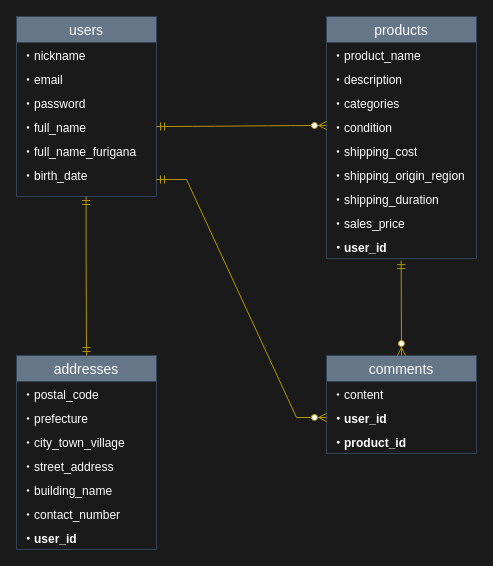
Before: FURIMA-17217.dio in YuyaTokutake1223/furima-17217, a draw.io diagram. Source tidied: cells renumbered, new cells numbered last; positions are measured from the earlier drawing's top-left corner, leaving out a move shared by most shapes. Both pictures are drawn from the tidied source at 100%, with x=0, y=0 at pixel (16, 16).
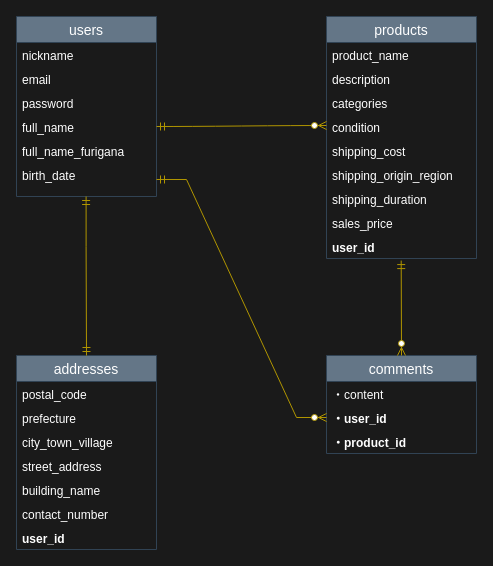
The same page after the edit.

Commit message:
ER図の記述修正

各カラムの先頭につけていた「・」を削除

The change refers to these unchanged cells:
```xml
<mxCell id="2" value="users" style="swimlane;fontStyle=0;horizontal=1;startSize=26;align=center;fontSize=14;labelBackgroundColor=none;fillColor=#647687;strokeColor=#314354;fontColor=#ffffff;" parent="1" vertex="1">
  <mxGeometry width="140" height="180" as="geometry" />
</mxCell>
<mxCell id="9" value="products" style="swimlane;fontStyle=0;horizontal=1;startSize=26;align=center;fontSize=14;labelBackgroundColor=none;fontColor=#ffffff;fillColor=#647687;strokeColor=#314354;" parent="1" vertex="1">
  <mxGeometry x="310" width="150" height="242" as="geometry" />
</mxCell>
<mxCell id="19" value="addresses" style="swimlane;fontStyle=0;horizontal=1;startSize=26;align=center;fontSize=14;fontColor=#ffffff;labelBackgroundColor=none;fillColor=#647687;strokeColor=#314354;" parent="1" vertex="1">
  <mxGeometry y="339" width="140" height="194" as="geometry" />
</mxCell>
```

What changed in the source:
```diff
@@
-    <mxCell id="3" value="・nickname" style="text;strokeColor=none;fillColor=none;spacingLeft=4;spacingRight=4;overflow=hidden;fontSize=12;fontColor=#FFFFFF;" parent="2" vertex="1">
+    <mxCell id="3" value="nickname" style="text;strokeColor=none;fillColor=none;spacingLeft=4;spacingRight=4;overflow=hidden;fontSize=12;fontColor=#FFFFFF;" parent="2" vertex="1">
       <mxGeometry y="26" width="140" height="24" as="geometry" />
     </mxCell>
-    <mxCell id="4" value="・email" style="text;strokeColor=none;fillColor=none;spacingLeft=4;spacingRight=4;overflow=hidden;fontSize=12;fontColor=#FFFFFF;" parent="2" vertex="1">
+    <mxCell id="4" value="email" style="text;strokeColor=none;fillColor=none;spacingLeft=4;spacingRight=4;overflow=hidden;fontSize=12;fontColor=#FFFFFF;" parent="2" vertex="1">
       <mxGeometry y="50" width="140" height="24" as="geometry" />
     </mxCell>
-    <mxCell id="5" value="・password" style="text;strokeColor=none;fillColor=none;spacingLeft=4;spacingRight=4;overflow=hidden;fontSize=12;fontColor=#FFFFFF;" parent="2" vertex="1">
+    <mxCell id="5" value="password" style="text;strokeColor=none;fillColor=none;spacingLeft=4;spacingRight=4;overflow=hidden;fontSize=12;fontColor=#FFFFFF;" parent="2" vertex="1">
       <mxGeometry y="74" width="140" height="24" as="geometry" />
     </mxCell>
-    <mxCell id="6" value="・full_name" style="text;strokeColor=none;fillColor=none;spacingLeft=4;spacingRight=4;overflow=hidden;points=[[0,0.5],[1,0.5]];portConstraint=eastwest;fontSize=12;fontColor=#FFFFFF;" parent="2" vertex="1">
+    <mxCell id="6" value="full_name" style="text;strokeColor=none;fillColor=none;spacingLeft=4;spacingRight=4;overflow=hidden;points=[[0,0.5],[1,0.5]];portConstraint=eastwest;fontSize=12;fontColor=#FFFFFF;" parent="2" vertex="1">
       <mxGeometry y="98" width="140" height="24" as="geometry" />
     </mxCell>
-    <mxCell id="7" value="・full_name_furigana" style="text;strokeColor=none;fillColor=none;spacingLeft=4;spacingRight=4;overflow=hidden;fontSize=12;fontColor=#FFFFFF;" parent="2" vertex="1">
+    <mxCell id="7" value="full_name_furigana" style="text;strokeColor=none;fillColor=none;spacingLeft=4;spacingRight=4;overflow=hidden;fontSize=12;fontColor=#FFFFFF;" parent="2" vertex="1">
       <mxGeometry y="122" width="140" height="24" as="geometry" />
     </mxCell>
-    <mxCell id="8" value="・birth_date" style="text;strokeColor=none;fillColor=none;spacingLeft=4;spacingRight=4;overflow=hidden;points=[[0,0.5],[1,0.5]];portConstraint=eastwest;fontSize=12;fontColor=#FFFFFF;" parent="2" vertex="1">
+    <mxCell id="8" value="birth_date" style="text;strokeColor=none;fillColor=none;spacingLeft=4;spacingRight=4;overflow=hidden;points=[[0,0.5],[1,0.5]];portConstraint=eastwest;fontSize=12;fontColor=#FFFFFF;" parent="2" vertex="1">
       <mxGeometry y="146" width="140" height="34" as="geometry" />
     </mxCell>
@@
-    <mxCell id="10" value="・product_name" style="text;strokeColor=none;fillColor=none;spacingLeft=4;spacingRight=4;overflow=hidden;fontSize=12;fontColor=#FFFFFF;" parent="9" vertex="1">
+    <mxCell id="10" value="product_name" style="text;strokeColor=none;fillColor=none;spacingLeft=4;spacingRight=4;overflow=hidden;fontSize=12;fontColor=#FFFFFF;" parent="9" vertex="1">
       <mxGeometry y="26" width="150" height="24" as="geometry" />
     </mxCell>
-    <mxCell id="11" value="・description" style="text;strokeColor=none;fillColor=none;spacingLeft=4;spacingRight=4;overflow=hidden;fontSize=12;fontColor=#FFFFFF;" parent="9" vertex="1">
+    <mxCell id="11" value="description" style="text;strokeColor=none;fillColor=none;spacingLeft=4;spacingRight=4;overflow=hidden;fontSize=12;fontColor=#FFFFFF;" parent="9" vertex="1">
       <mxGeometry y="50" width="150" height="24" as="geometry" />
     </mxCell>
-    <mxCell id="12" value="・categories" style="text;strokeColor=none;fillColor=none;spacingLeft=4;spacingRight=4;overflow=hidden;fontSize=12;fontColor=#FFFFFF;" parent="9" vertex="1">
+    <mxCell id="12" value="categories" style="text;strokeColor=none;fillColor=none;spacingLeft=4;spacingRight=4;overflow=hidden;fontSize=12;fontColor=#FFFFFF;" parent="9" vertex="1">
       <mxGeometry y="74" width="150" height="24" as="geometry" />
     </mxCell>
-    <mxCell id="13" value="・condition" style="text;strokeColor=none;fillColor=none;spacingLeft=4;spacingRight=4;overflow=hidden;fontSize=12;fontColor=#FFFFFF;" parent="9" vertex="1">
+    <mxCell id="13" value="condition" style="text;strokeColor=none;fillColor=none;spacingLeft=4;spacingRight=4;overflow=hidden;fontSize=12;fontColor=#FFFFFF;" parent="9" vertex="1">
       <mxGeometry y="98" width="150" height="24" as="geometry" />
     </mxCell>
-    <mxCell id="14" value="・shipping_cost" style="text;strokeColor=none;fillColor=none;spacingLeft=4;spacingRight=4;overflow=hidden;fontSize=12;fontColor=#FFFFFF;" parent="9" vertex="1">
+    <mxCell id="14" value="shipping_cost" style="text;strokeColor=none;fillColor=none;spacingLeft=4;spacingRight=4;overflow=hidden;fontSize=12;fontColor=#FFFFFF;" parent="9" vertex="1">
       <mxGeometry y="122" width="150" height="24" as="geometry" />
     </mxCell>
-    <mxCell id="15" value="・shipping_origin_region" style="text;strokeColor=none;fillColor=none;spacingLeft=4;spacingRight=4;overflow=hidden;fontSize=12;fontColor=#FFFFFF;" parent="9" vertex="1">
+    <mxCell id="15" value="shipping_origin_region" style="text;strokeColor=none;fillColor=none;spacingLeft=4;spacingRight=4;overflow=hidden;fontSize=12;fontColor=#FFFFFF;" parent="9" vertex="1">
       <mxGeometry y="146" width="150" height="24" as="geometry" />
     </mxCell>
-    <mxCell id="16" value="・shipping_duration" style="text;strokeColor=none;fillColor=none;spacingLeft=4;spacingRight=4;overflow=hidden;fontSize=12;fontStyle=0;fontColor=#FFFFFF;" parent="9" vertex="1">
+    <mxCell id="16" value="shipping_duration" style="text;strokeColor=none;fillColor=none;spacingLeft=4;spacingRight=4;overflow=hidden;fontSize=12;fontStyle=0;fontColor=#FFFFFF;" parent="9" vertex="1">
       <mxGeometry y="170" width="150" height="24" as="geometry" />
     </mxCell>
-    <mxCell id="17" value="・sales_price" style="text;strokeColor=none;fillColor=none;spacingLeft=4;spacingRight=4;overflow=hidden;fontSize=12;fontStyle=0;fontColor=#FFFFFF;" parent="9" vertex="1">
+    <mxCell id="17" value="sales_price" style="text;strokeColor=none;fillColor=none;spacingLeft=4;spacingRight=4;overflow=hidden;fontSize=12;fontStyle=0;fontColor=#FFFFFF;" parent="9" vertex="1">
       <mxGeometry y="194" width="150" height="24" as="geometry" />
     </mxCell>
-    <mxCell id="18" value="・user_id" style="text;strokeColor=none;fillColor=none;spacingLeft=4;spacingRight=4;overflow=hidden;points=[[0,0.5],[1,0.5]];portConstraint=eastwest;fontSize=12;fontStyle=1;fontColor=#FFFFFF;" parent="9" vertex="1">
+    <mxCell id="18" value="user_id" style="text;strokeColor=none;fillColor=none;spacingLeft=4;spacingRight=4;overflow=hidden;points=[[0,0.5],[1,0.5]];portConstraint=eastwest;fontSize=12;fontStyle=1;fontColor=#FFFFFF;" parent="9" vertex="1">
       <mxGeometry y="218" width="150" height="24" as="geometry" />
     </mxCell>
@@
-    <mxCell id="20" value="・postal_code" style="text;strokeColor=none;fillColor=none;spacingLeft=4;spacingRight=4;overflow=hidden;fontSize=12;fontColor=#FFFFFF;" parent="19" vertex="1">
+    <mxCell id="20" value="postal_code" style="text;strokeColor=none;fillColor=none;spacingLeft=4;spacingRight=4;overflow=hidden;fontSize=12;fontColor=#FFFFFF;" parent="19" vertex="1">
       <mxGeometry y="26" width="140" height="24" as="geometry" />
     </mxCell>
-    <mxCell id="21" value="・prefecture" style="text;strokeColor=none;fillColor=none;spacingLeft=4;spacingRight=4;overflow=hidden;fontSize=12;fontColor=#FFFFFF;" parent="19" vertex="1">
+    <mxCell id="21" value="prefecture" style="text;strokeColor=none;fillColor=none;spacingLeft=4;spacingRight=4;overflow=hidden;fontSize=12;fontColor=#FFFFFF;" parent="19" vertex="1">
       <mxGeometry y="50" width="140" height="24" as="geometry" />
     </mxCell>
-    <mxCell id="22" value="・city_town_village" style="text;strokeColor=none;fillColor=none;spacingLeft=4;spacingRight=4;overflow=hidden;fontSize=12;fontColor=#FFFFFF;" parent="19" vertex="1">
+    <mxCell id="22" value="city_town_village" style="text;strokeColor=none;fillColor=none;spacingLeft=4;spacingRight=4;overflow=hidden;fontSize=12;fontColor=#FFFFFF;" parent="19" vertex="1">
       <mxGeometry y="74" width="140" height="24" as="geometry" />
     </mxCell>
-    <mxCell id="23" value="・street_address" style="text;strokeColor=none;fillColor=none;spacingLeft=4;spacingRight=4;overflow=hidden;fontSize=12;fontColor=#FFFFFF;" parent="19" vertex="1">
+    <mxCell id="23" value="street_address" style="text;strokeColor=none;fillColor=none;spacingLeft=4;spacingRight=4;overflow=hidden;fontSize=12;fontColor=#FFFFFF;" parent="19" vertex="1">
       <mxGeometry y="98" width="140" height="24" as="geometry" />
     </mxCell>
-    <mxCell id="24" value="・building_name" style="text;strokeColor=none;fillColor=none;spacingLeft=4;spacingRight=4;overflow=hidden;fontSize=12;fontColor=#FFFFFF;" parent="19" vertex="1">
+    <mxCell id="24" value="building_name" style="text;strokeColor=none;fillColor=none;spacingLeft=4;spacingRight=4;overflow=hidden;fontSize=12;fontColor=#FFFFFF;" parent="19" vertex="1">
       <mxGeometry y="122" width="140" height="24" as="geometry" />
     </mxCell>
-    <mxCell id="25" value="・contact_number" style="text;strokeColor=none;fillColor=none;spacingLeft=4;spacingRight=4;overflow=hidden;fontSize=12;fontColor=#FFFFFF;" parent="19" vertex="1">
+    <mxCell id="25" value="contact_number" style="text;strokeColor=none;fillColor=none;spacingLeft=4;spacingRight=4;overflow=hidden;fontSize=12;fontColor=#FFFFFF;" parent="19" vertex="1">
       <mxGeometry y="146" width="140" height="24" as="geometry" />
     </mxCell>
-    <mxCell id="26" value="・user_id" style="text;strokeColor=none;fillColor=none;spacingLeft=4;spacingRight=4;overflow=hidden;fontSize=12;fontStyle=1;fontColor=#FFFFFF;" parent="19" vertex="1">
+    <mxCell id="26" value="user_id" style="text;strokeColor=none;fillColor=none;spacingLeft=4;spacingRight=4;overflow=hidden;fontSize=12;fontStyle=1;fontColor=#FFFFFF;" parent="19" vertex="1">
       <mxGeometry y="170" width="140" height="24" as="geometry" />
     </mxCell>
```
